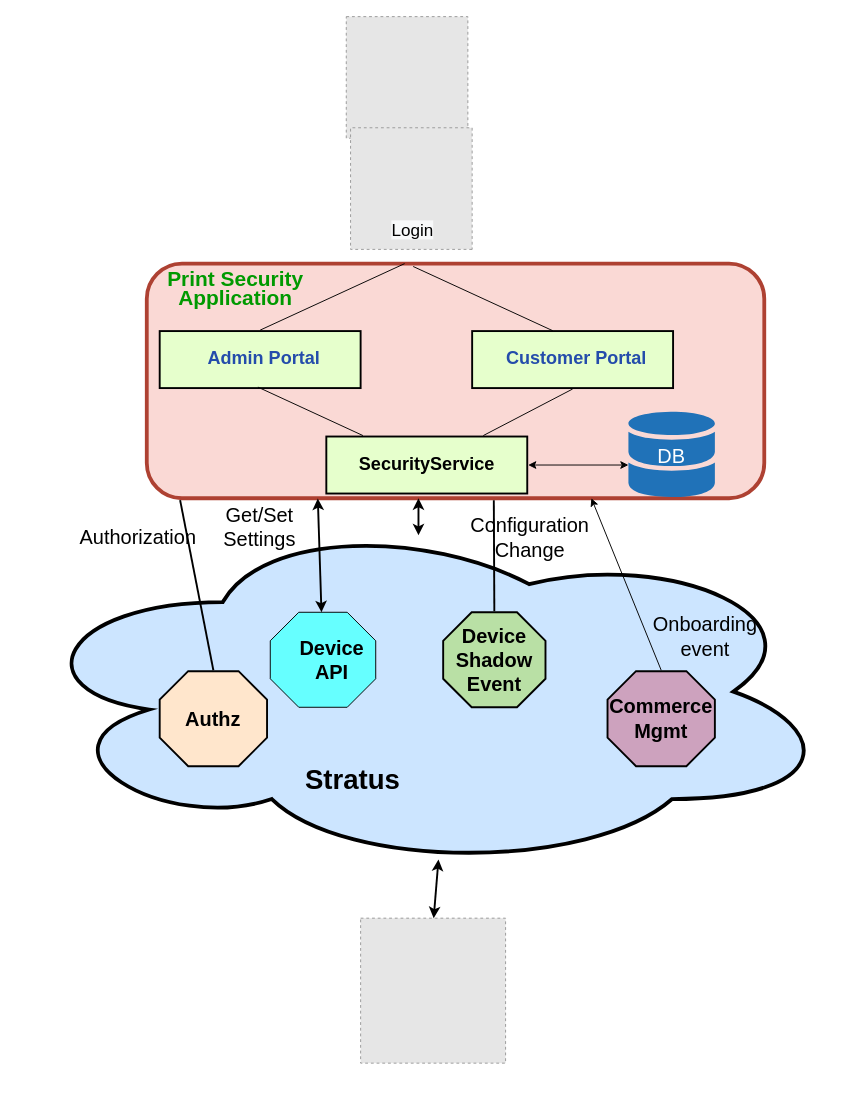
The draw.io diagram diagrams/Untitled Diagram.drawio in Vignesh40/Vignesh40, before the edit. Source tidied: cells renumbered, new cells numbered last; positions are measured from the earlier drawing's top-left corner, leaving out a move shared by most shapes. Both pictures are drawn from the tidied source at 95%, with x=0, y=0 at pixel (18, 16). Pictures stored in the file or linked from it are replaced by grey dashed boxes.
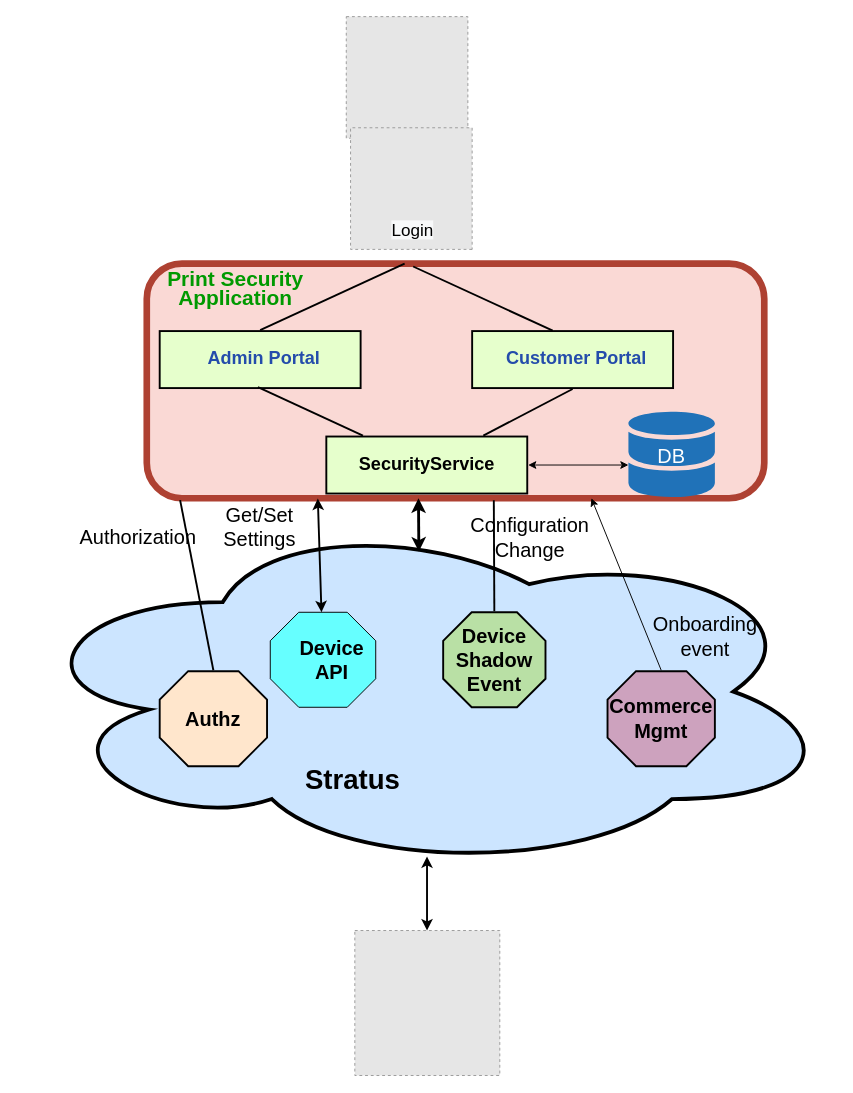
The same page after the edit.

Unchanged cells that the change refers to:
```xml
<mxCell id="4" style="rounded=0;whiteSpace=wrap;html=1;sketch=0;strokeColor=#000000;fontSize=18;fillColor=#E6FFCC;strokeWidth=2;perimeterSpacing=1;" parent="1" vertex="1">
  <mxGeometry x="148.6" y="331" width="211.5" height="60" as="geometry" />
</mxCell>
<mxCell id="5" style="rounded=0;whiteSpace=wrap;html=1;sketch=0;strokeColor=#000000;fontSize=18;fillColor=#E6FFCC;strokeWidth=2;perimeterSpacing=1;" parent="1" vertex="1">
  <mxGeometry x="477.5" y="331" width="211.5" height="60" as="geometry" />
</mxCell>
<mxCell id="11" value="&lt;span style=&quot;color: rgb(0, 0, 0); font-family: Helvetica; font-size: 18px; font-style: normal; font-variant-ligatures: normal; font-variant-caps: normal; font-weight: 400; letter-spacing: normal; orphans: 2; text-align: center; text-indent: 0px; text-transform: none; widows: 2; word-spacing: 0px; -webkit-text-stroke-width: 0px; background-color: rgb(248, 249, 250); text-decoration-thickness: initial; text-decoration-style: initial; text-decoration-color: initial; float: none; display: inline !important;&quot;&gt;Login&lt;/span&gt;" style="text;whiteSpace=wrap;html=1;fontSize=18;" parent="1" vertex="1">
  <mxGeometry x="391.4" y="208" width="143" height="52" as="geometry" />
</mxCell>
<mxCell id="12" value="&lt;p style=&quot;line-height: 140%;&quot;&gt;&lt;font style=&quot;font-size: 19px;&quot;&gt;&lt;b style=&quot;&quot;&gt;SecurityService&lt;/b&gt;&lt;/font&gt;&lt;/p&gt;" style="rounded=0;whiteSpace=wrap;html=1;sketch=0;strokeColor=#000000;fontSize=18;fillColor=#E6FFCC;strokeWidth=2;perimeterSpacing=1;" parent="1" vertex="1">
  <mxGeometry x="324" y="442" width="211.5" height="60" as="geometry" />
</mxCell>
<mxCell id="17" style="ellipse;shape=cloud;whiteSpace=wrap;html=1;align=center;sketch=0;strokeColor=#000000;fontSize=21;fontColor=#660033;fillColor=#CCE5FF;strokeWidth=4;" parent="1" vertex="1">
  <mxGeometry y="522" width="860" height="377" as="geometry" />
</mxCell>
```

What changed in the source:
```diff
@@
     <mxCell id="2" style="fillColor=#E6E6E6;strokeColor=#999999;dashed=1;html=1;verticalAlign=top;verticalLabelPosition=bottom;labelBackgroundColor=#ffffff;" parent="1" vertex="1">
-      <mxGeometry x="360.1" y="949" width="152.6" height="152.6" as="geometry" />
+      <mxGeometry x="354" y="962" width="152.6" height="152.6" as="geometry" />
     </mxCell>
-    <mxCell id="3" style="rounded=1;whiteSpace=wrap;html=1;sketch=0;fontSize=18;strokeWidth=4;fillColor=#fad9d5;strokeColor=#ae4132;" parent="1" vertex="1">
+    <mxCell id="3" style="rounded=1;whiteSpace=wrap;html=1;sketch=0;fontSize=18;strokeWidth=7;fillColor=#fad9d5;strokeColor=#ae4132;" parent="1" vertex="1">
       <mxGeometry x="135" y="260" width="650" height="247" as="geometry" />
     </mxCell>
@@
-    <mxCell id="13" style="endArrow=none;html=1;rounded=0;strokeWidth=1;fontSize=18;exitX=0.5;exitY=0;exitDx=0;exitDy=0;" parent="1" edge="1" source="4" target="11">
+    <mxCell id="13" style="endArrow=none;html=1;rounded=0;strokeWidth=2;fontSize=18;exitX=0.5;exitY=0;exitDx=0;exitDy=0;" parent="1" edge="1" source="4" target="11">
       <mxGeometry relative="1" as="geometry" />
     </mxCell>
-    <mxCell id="14" style="endArrow=none;html=1;rounded=0;strokeWidth=1;fontSize=18;entryX=0.168;entryY=1.058;entryDx=0;entryDy=0;entryPerimeter=0;exitX=0.402;exitY=0.01;exitDx=0;exitDy=0;exitPerimeter=0;" parent="1" edge="1" source="5" target="11">
+    <mxCell id="14" style="endArrow=none;html=1;rounded=0;strokeWidth=2;fontSize=18;entryX=0.168;entryY=1.058;entryDx=0;entryDy=0;entryPerimeter=0;exitX=0.402;exitY=0.01;exitDx=0;exitDy=0;exitPerimeter=0;" parent="1" edge="1" source="5" target="11">
       <mxGeometry relative="1" as="geometry" />
     </mxCell>
-    <mxCell id="15" style="endArrow=none;html=1;rounded=0;strokeWidth=1;fontSize=18;entryX=0.5;entryY=1;entryDx=0;entryDy=0;" parent="1" edge="1" source="12" target="5">
+    <mxCell id="15" style="endArrow=none;html=1;rounded=0;strokeWidth=2;fontSize=18;entryX=0.5;entryY=1;entryDx=0;entryDy=0;" parent="1" edge="1" source="12" target="5">
       <mxGeometry relative="1" as="geometry" />
     </mxCell>
-    <mxCell id="16" style="endArrow=none;html=1;rounded=0;strokeWidth=1;fontSize=18;" parent="1" edge="1" source="12">
+    <mxCell id="16" style="endArrow=none;html=1;rounded=0;strokeWidth=2;fontSize=18;" parent="1" edge="1" source="12">
       <mxGeometry relative="1" as="geometry">
         <mxPoint x="252" y="390" as="targetPoint" />
         <Array as="points">
           <mxPoint x="252" y="390" />
         </Array>
       </mxGeometry>
     </mxCell>
@@
-    <mxCell id="28" style="endArrow=classic;startArrow=classic;html=1;rounded=0;strokeWidth=2;fontSize=21;fontColor=#000000;entryX=0.514;entryY=0.969;entryDx=0;entryDy=0;entryPerimeter=0;" parent="1" edge="1" target="17">
+    <mxCell id="28" style="endArrow=classic;startArrow=classic;html=1;rounded=0;strokeWidth=2;fontSize=21;fontColor=#000000;targetPerimeterSpacing=6;sourcePerimeterSpacing=6;" parent="1" edge="1">
       <mxGeometry relative="1" as="geometry">
-        <mxPoint x="437" y="949" as="sourcePoint" />
+        <mxPoint x="430" y="962" as="sourcePoint" />
+        <mxPoint x="430" y="884" as="targetPoint" />
       </mxGeometry>
     </mxCell>
-    <mxCell id="29" style="endArrow=classic;startArrow=classic;html=1;rounded=0;strokeWidth=2;fontSize=21;fontColor=#000000;entryX=0.44;entryY=1;entryDx=0;entryDy=0;entryPerimeter=0;" parent="1" edge="1" target="3">
-      <mxGeometry relative="1" as="geometry">
-        <mxPoint x="421" y="546" as="sourcePoint" />
-      </mxGeometry>
+    <mxCell id="29" style="endArrow=classic;startArrow=classic;html=1;rounded=0;strokeWidth=3;fontSize=21;fontColor=#000000;entryX=0.44;entryY=1;entryDx=0;entryDy=0;entryPerimeter=0;exitX=0.49;exitY=0.109;exitDx=0;exitDy=0;exitPerimeter=0;targetPerimeterSpacing=6;sourcePerimeterSpacing=6;" parent="1" edge="1" source="17" target="3">
+      <mxGeometry relative="1" as="geometry" />
     </mxCell>
```
